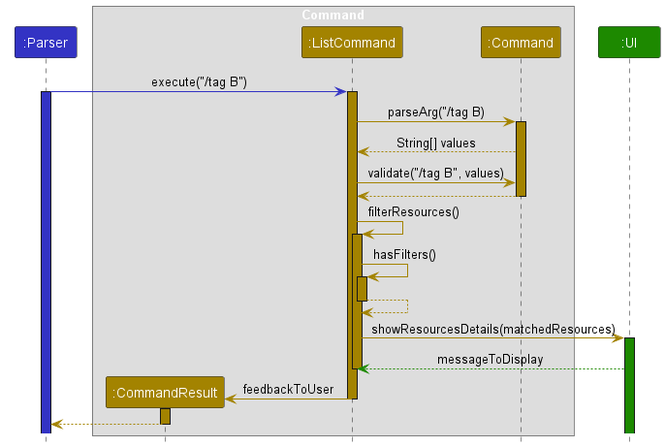
This is docs/images/ListSequenceDiagram.png from yingx9/tp, a PlantUML export, as it was before one commit. Its source is kept beside it as docs/diagram/ListSequenceDiagram.puml.
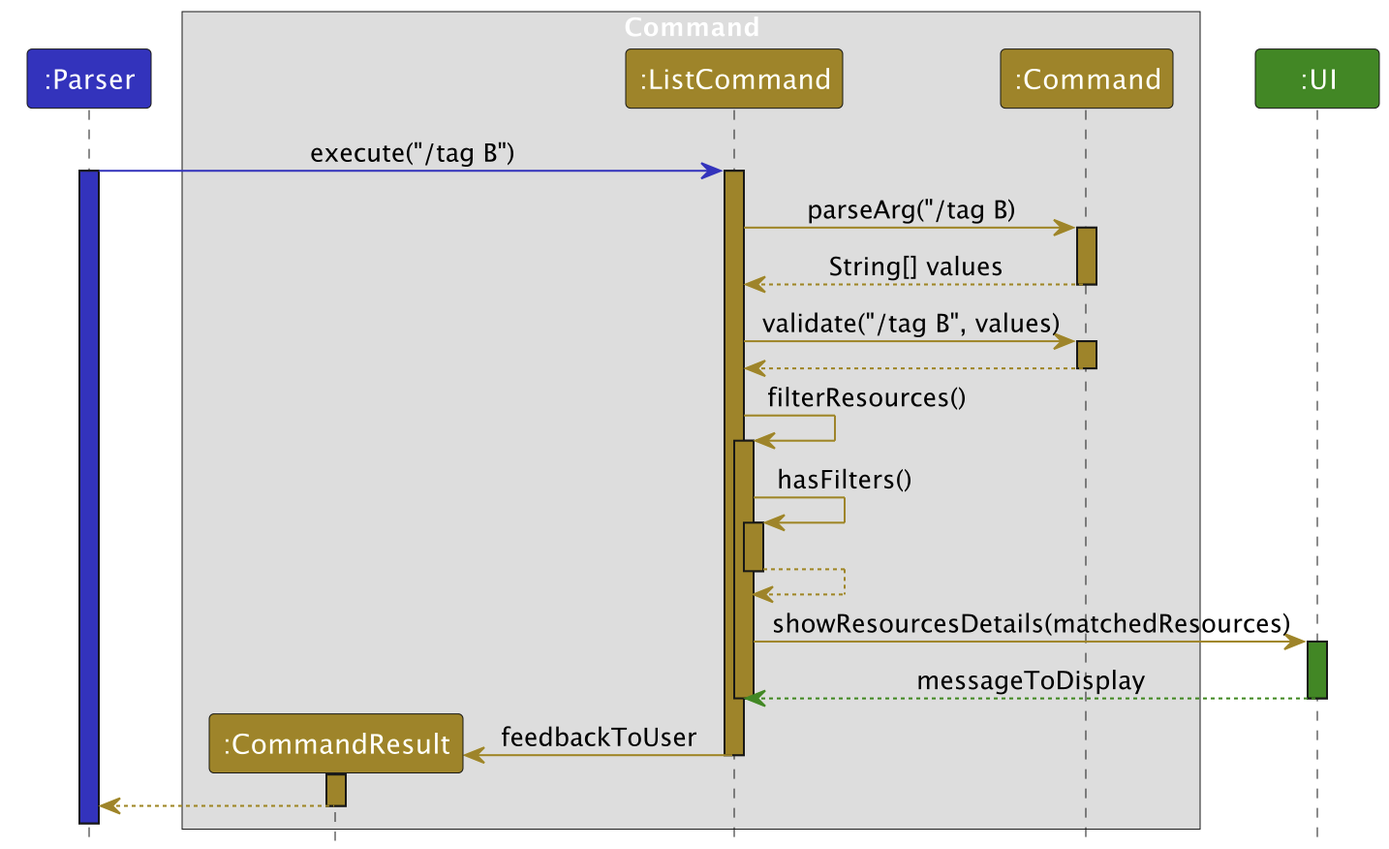
After the change.

What changed in the source:
```diff
@@ -26,9 +26,9 @@
 LISTCOMMAND -[COMMAND_COLOR]> COMMAND : parseArg("/tag B)
 activate COMMAND COMMAND_COLOR
 COMMAND --[COMMAND_COLOR]> LISTCOMMAND : String[] values
-
+deactivate
 LISTCOMMAND -[COMMAND_COLOR]> COMMAND : validate("/tag B", values)
-
+activate COMMAND COMMAND_COLOR
 COMMAND --[COMMAND_COLOR]> LISTCOMMAND :
 deactivate COMMAND COMMAND_COLOR
 
```
